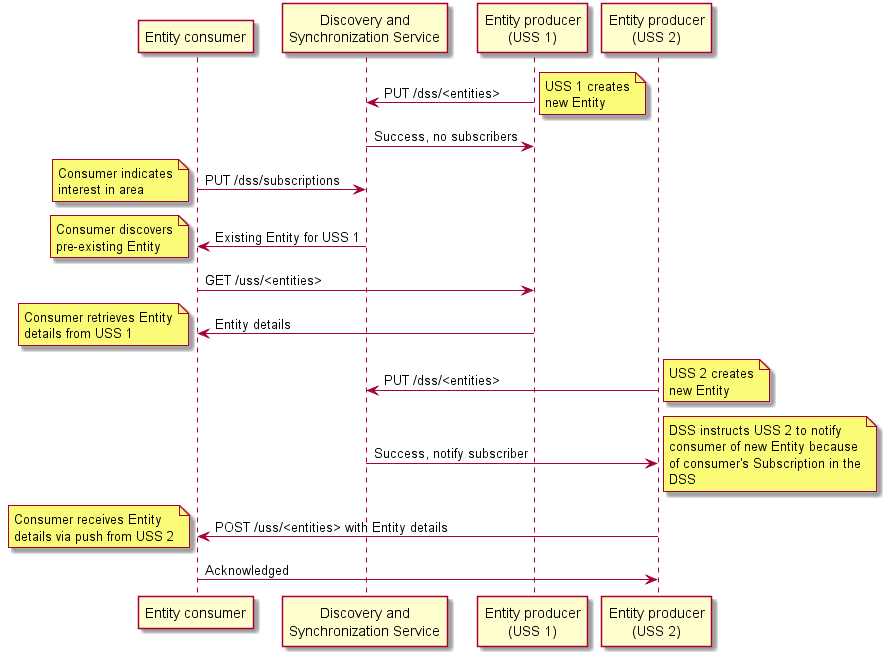
Earlier version of the PlantUML export assets/generated/subscriptions.png (interuss/dss). Source of this version:
```plantuml
@startuml
participant "Entity consumer" as EC
participant "Discovery and\nSynchronization Service" as DSS
participant "Entity producer\n(USS 1)" as EP1
participant "Entity producer\n(USS 2)" as EP2
EP1 -> DSS : PUT /dss/<entities>
note right: USS 1 creates\nnew Entity
DSS -> EP1 : Success, no subscribers
EC -> DSS : PUT /dss/subscriptions
note left: Consumer indicates\ninterest in area
DSS -> EC : Existing Entity for USS 1
note left: Consumer discovers\npre-existing Entity
EC -> EP1 : GET /uss/<entities>
EP1 -> EC : Entity details
note left: Consumer retrieves Entity\ndetails from USS 1
EP2 -> DSS : PUT /dss/<entities>
note right: USS 2 creates\nnew Entity
DSS -> EP2 : Success, notify subscriber
note right: DSS instructs USS 2 to notify\nconsumer of new Entity because\nof consumer's Subscription in the\nDSS
EP2 -> EC : POST /uss/<entities> with Entity details
note left: Consumer receives Entity\ndetails via push from USS 2
EC -> EP2 : Acknowledged
@enduml
```
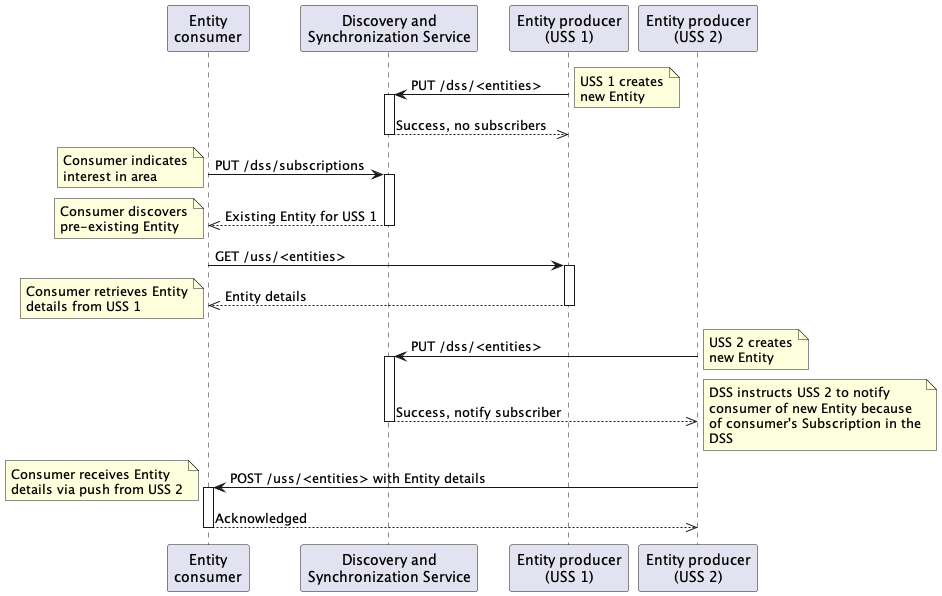
After the commit.

Commit message:
Update DSS Concept doc and diagrams

Diff of the diagram source:
```diff
@@ -1,23 +1,39 @@
 @startuml
-participant "Entity consumer" as EC
+participant "Entity\nconsumer" as EC
 participant "Discovery and\nSynchronization Service" as DSS
 participant "Entity producer\n(USS 1)" as EP1
 participant "Entity producer\n(USS 2)" as EP2
+
 EP1 -> DSS : PUT /dss/<entities>
 note right: USS 1 creates\nnew Entity
-DSS -> EP1 : Success, no subscribers
+activate DSS
+DSS -->> EP1 : Success, no subscribers
+deactivate
+
 EC -> DSS : PUT /dss/subscriptions
 note left: Consumer indicates\ninterest in area
-DSS -> EC : Existing Entity for USS 1
+activate DSS
+DSS -->> EC : Existing Entity for USS 1
+deactivate
 note left: Consumer discovers\npre-existing Entity
+
 EC -> EP1 : GET /uss/<entities>
-EP1 -> EC : Entity details
+activate EP1
+EP1 -->> EC : Entity details
+deactivate
+
 note left: Consumer retrieves Entity\ndetails from USS 1
 EP2 -> DSS : PUT /dss/<entities>
+activate DSS
 note right: USS 2 creates\nnew Entity
-DSS -> EP2 : Success, notify subscriber
+DSS -->> EP2 : Success, notify subscriber
+deactivate
+
 note right: DSS instructs USS 2 to notify\nconsumer of new Entity because\nof consumer's Subscription in the\nDSS
 EP2 -> EC : POST /uss/<entities> with Entity details
+activate EC
 note left: Consumer receives Entity\ndetails via push from USS 2
-EC -> EP2 : Acknowledged
+EC -->> EP2 : Acknowledged
+deactivate
+
 @enduml
```
